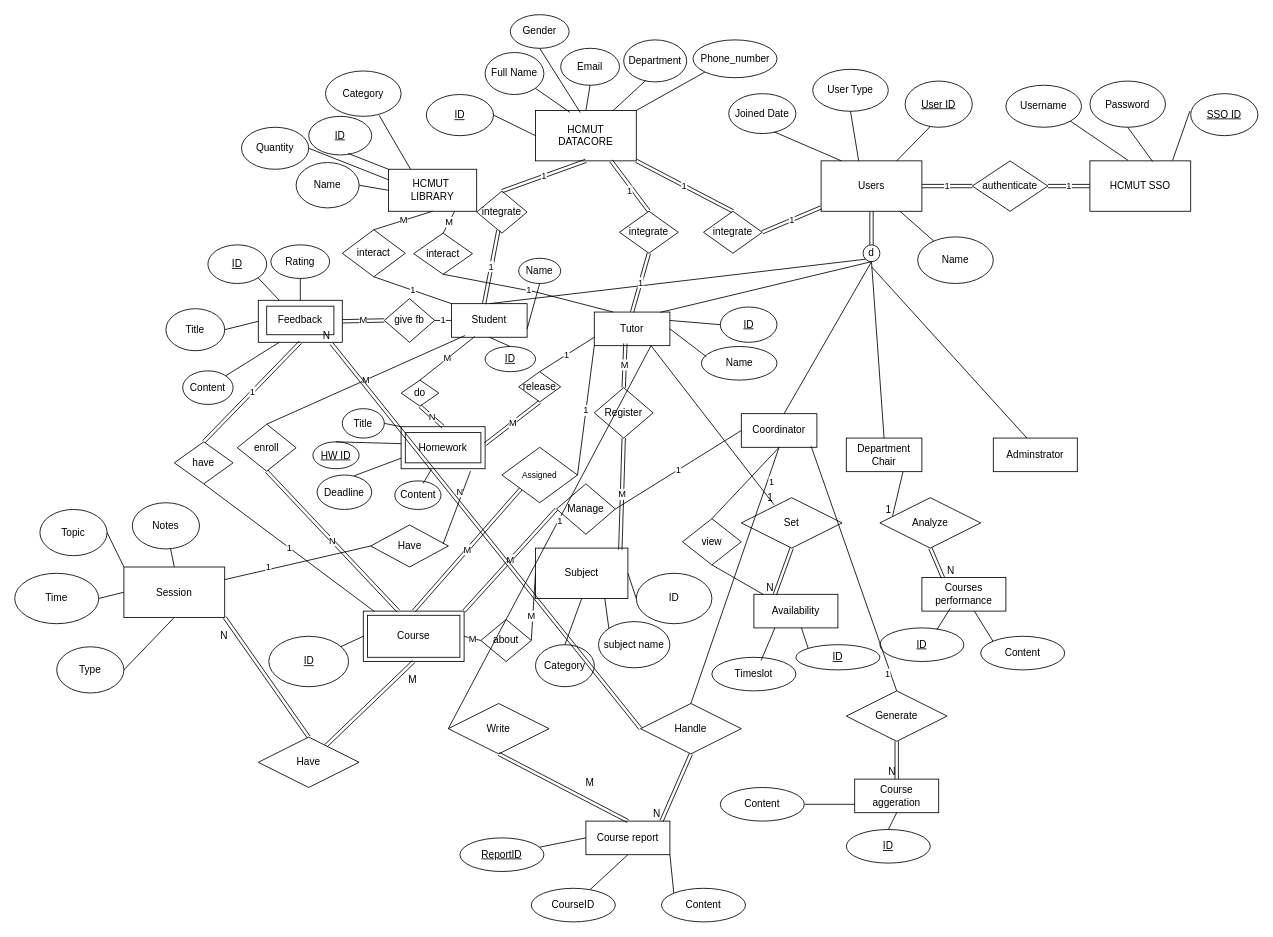
Before: sw2-3.drawio in Sonhoangvo/csdl, a draw.io diagram. Source tidied: cells renumbered, new cells numbered last; positions are measured from the earlier drawing's top-left corner, leaving out a move shared by most shapes. Both pictures are drawn from the tidied source at 84%, with x=0, y=0 at pixel (14, 14).
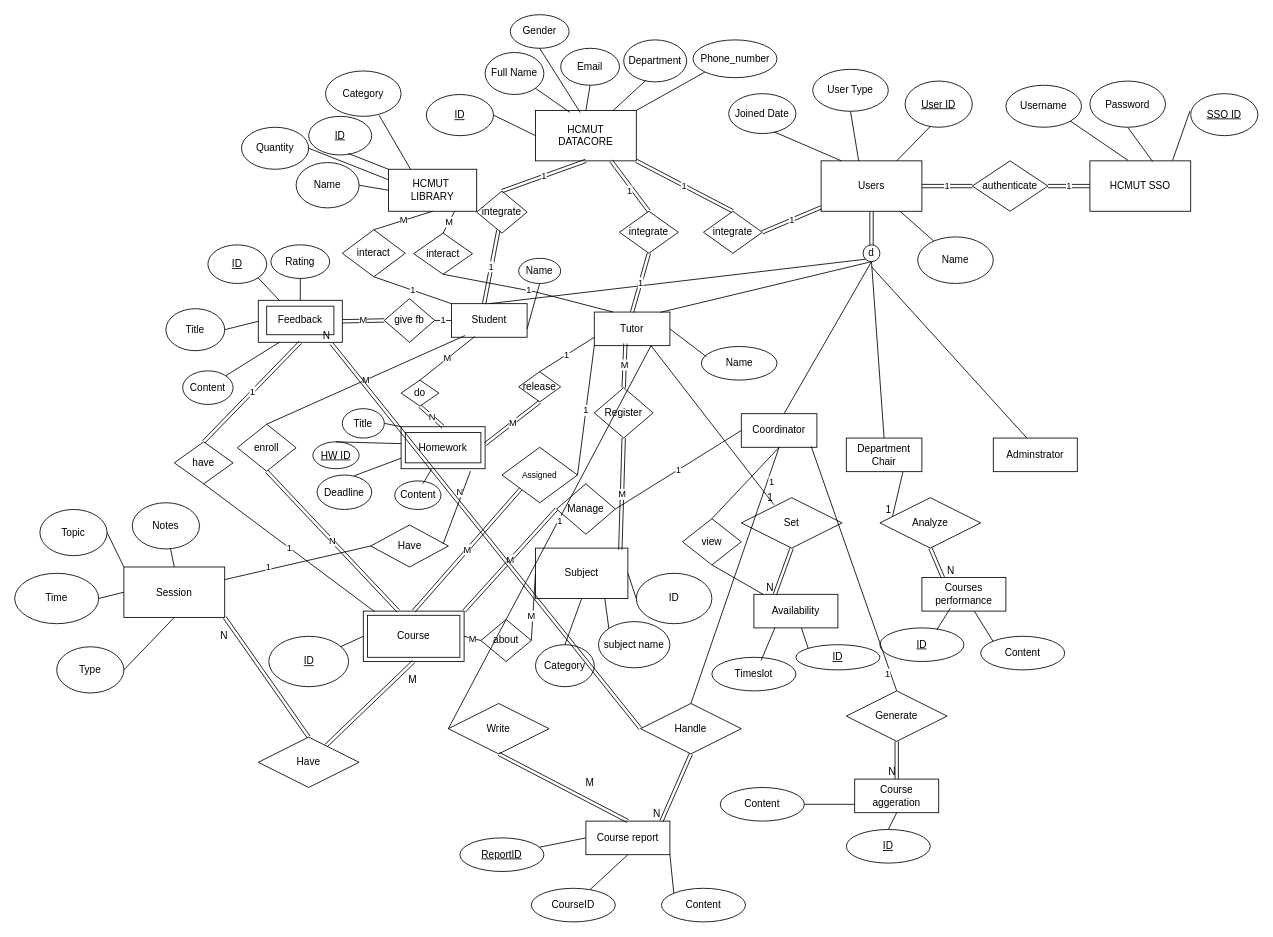
The same diagram, later.

The change refers to these unchanged cells:
```xml
<mxCell id="8" value="Student" style="rounded=0;whiteSpace=wrap;html=1;" parent="1" vertex="1">
  <mxGeometry x="520" y="344" width="90" height="40" as="geometry" />
</mxCell>
<mxCell id="9" value="Tutor" style="rounded=0;whiteSpace=wrap;html=1;" parent="1" vertex="1">
  <mxGeometry x="690" y="354" width="90" height="40" as="geometry" />
</mxCell>
```

What changed in the source:
```diff
@@
-    <mxCell id="129" value="ID" style="ellipse;whiteSpace=wrap;html=1;fontStyle=4;" parent="1" vertex="1">
-      <mxGeometry x="560" y="395" width="60" height="30" as="geometry" />
-    </mxCell>
-    <mxCell id="130" style="endArrow=none;html=1;rounded=0;entryX=0.5;entryY=1;entryDx=0;entryDy=0;exitX=0.5;exitY=0;exitDx=0;exitDy=0;" parent="1" edge="1" source="129" target="8">
-      <mxGeometry relative="1" as="geometry" />
-    </mxCell>
-    <mxCell id="131" value="ID" style="ellipse;whiteSpace=wrap;html=1;fontStyle=4;" parent="1" vertex="1">
-      <mxGeometry x="840" y="348" width="67.5" height="42" as="geometry" />
-    </mxCell>
-    <mxCell id="132" style="endArrow=none;html=1;rounded=0;exitX=1;exitY=0.25;exitDx=0;exitDy=0;entryX=0;entryY=0.5;entryDx=0;entryDy=0;" parent="1" edge="1" source="9" target="131">
-      <mxGeometry relative="1" as="geometry" />
-    </mxCell>
```
